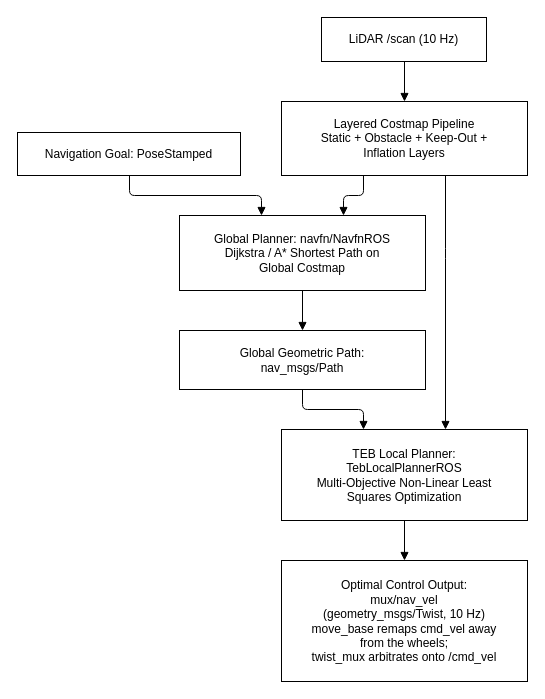
This is docs/development/ros/diagrams/costmaps-and-planners-motion-planning-pipeline.drawio from itbdelaboprogramming/msd700_documentation, a draw.io file, before an edit. Source tidied: cells renumbered, new cells numbered last; positions are measured from the earlier drawing's top-left corner, leaving out a move shared by most shapes. Both pictures are drawn from the tidied source at 100%, with x=0, y=0 at pixel (17, 17).
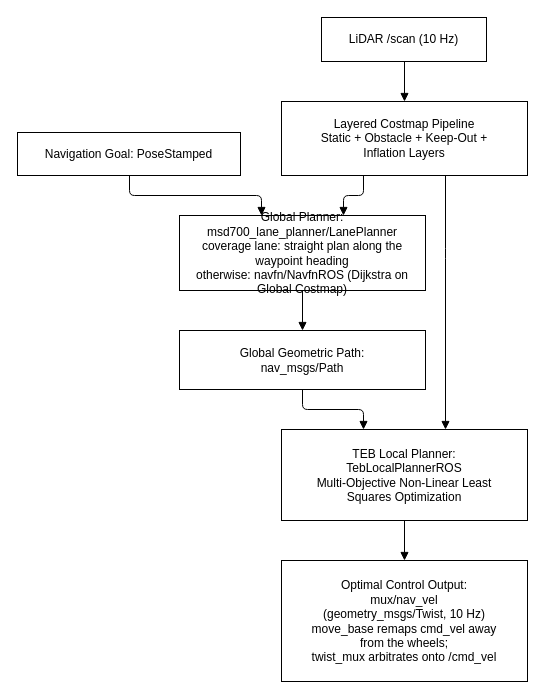
The same diagram, later.

Change to the diagram source:
```diff
@@
-    <mxCell id="3" value="Global Planner: navfn/NavfnROS&lt;br&gt;Dijkstra / A* Shortest Path on&lt;br&gt;Global Costmap" style="html=1;whiteSpace=wrap;fillColor=#ffffff;strokeColor=#000000;rounded=0;fontFamily=Helvetica;fontSize=12;fontColor=#000000;" parent="1" vertex="1">
+    <mxCell id="3" value="Global Planner: msd700_lane_planner/LanePlanner&lt;br&gt;coverage lane: straight plan along the waypoint heading&lt;br&gt;otherwise: navfn/NavfnROS (Dijkstra on Global Costmap)" style="html=1;whiteSpace=wrap;fillColor=#ffffff;strokeColor=#000000;rounded=0;fontFamily=Helvetica;fontSize=12;fontColor=#000000;" parent="1" vertex="1">
       <mxGeometry x="162" y="198" width="246" height="75" as="geometry" />
     </mxCell>
```
